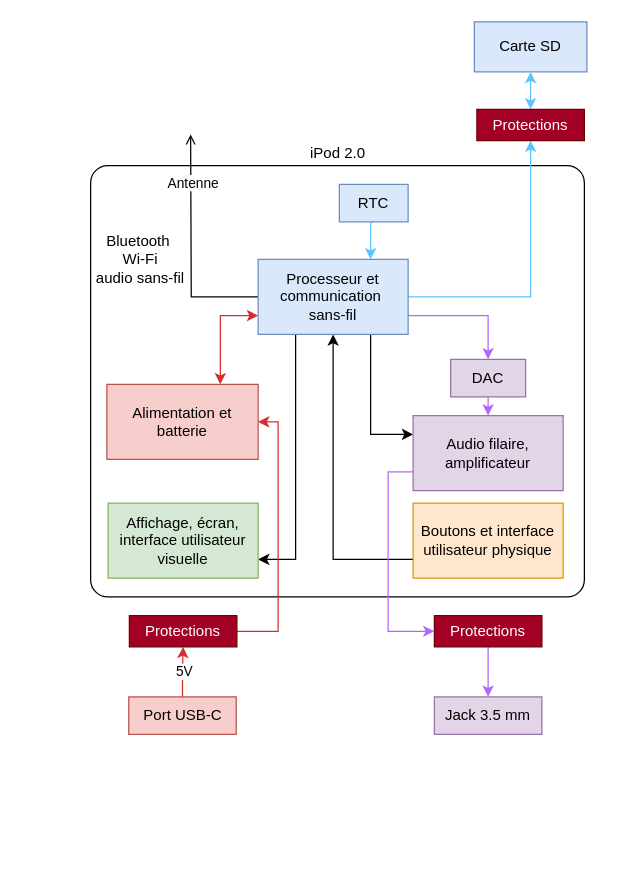
Above: assets/figures/Analyse_Fonctionnelle-Niv2.drawio in dossantosyann/iPod2.0_Latex_Report (draw.io), before the change. Source tidied: cells renumbered, new cells numbered last; positions are measured from the earlier drawing's top-left corner, leaving out a move shared by most shapes. Both pictures are drawn from the tidied source at 125%, with x=0, y=0 at pixel (90, 21).
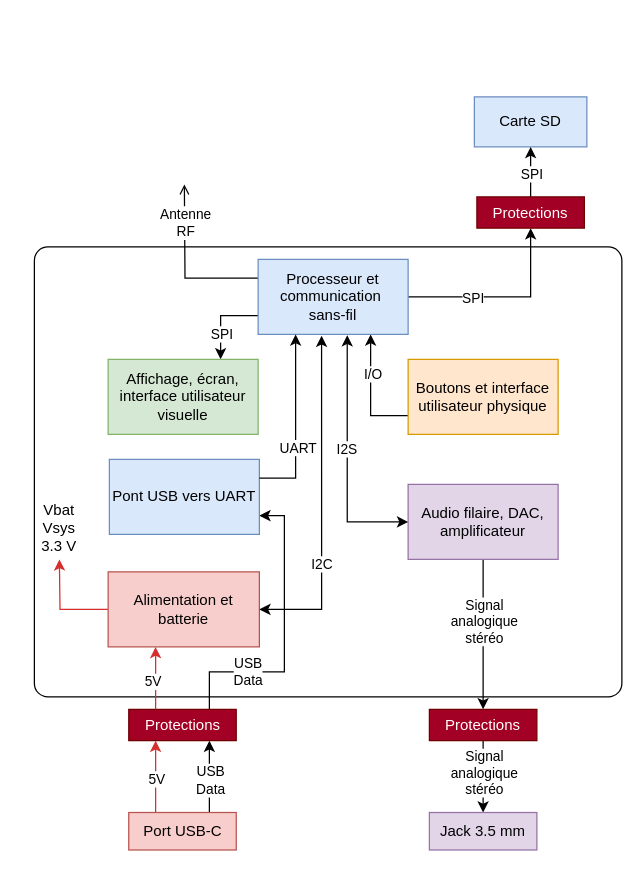
The same page after the edit.

Commit message:
Mettre à jour Analyse_Fonctionnelle-Niv2.drawio

Unchanged cells that the change refers to:
```xml
<mxCell id="15" value="&lt;div&gt;Processeur et communication&amp;nbsp;&lt;/div&gt;&lt;div&gt;sans-fil&lt;/div&gt;" style="rounded=0;whiteSpace=wrap;html=1;fillColor=#dae8fc;strokeColor=#6c8ebf;" parent="1" vertex="1">
  <mxGeometry x="134" y="190" width="120" height="60" as="geometry" />
</mxCell>
```

Diff of the diagram source:
```diff
@@
-    <mxCell id="2" style="rounded=1;whiteSpace=wrap;html=1;arcSize=4;" parent="1" vertex="1">
-      <mxGeometry y="115" width="395" height="345" as="geometry" />
-    </mxCell>
-    <mxCell id="3" style="edgeStyle=orthogonalEdgeStyle;rounded=0;jettySize=auto;html=1;exitX=0.5;exitY=0;exitDx=0;exitDy=0;entryX=0.5;entryY=1;entryDx=0;entryDy=0;strokeColor=#D52E2E;" parent="1" edge="1" source="5" target="27">
-      <mxGeometry relative="1" as="geometry" />
-    </mxCell>
-    <mxCell id="4" value="5V" style="edgeLabel;html=1;align=center;verticalAlign=middle;" parent="3" vertex="1">
-      <mxGeometry x="0.13" y="-3" relative="1" as="geometry">
-        <mxPoint x="-3" y="2" as="offset" />
-      </mxGeometry>
-    </mxCell>
+    <mxCell id="34" style="rounded=1;whiteSpace=wrap;html=1;arcSize=3;" parent="1" vertex="1">
+      <mxGeometry x="-45" y="180" width="470" height="360" as="geometry" />
+    </mxCell>
+    <mxCell id="35" style="edgeStyle=orthogonalEdgeStyle;rounded=0;jettySize=auto;html=1;exitX=0.25;exitY=0;exitDx=0;exitDy=0;entryX=0.25;entryY=1;entryDx=0;entryDy=0;strokeColor=#D52E2E;" parent="1" edge="1" source="5" target="27">
+      <mxGeometry relative="1" as="geometry" />
+    </mxCell>
+    <mxCell id="36" value="5V" style="edgeLabel;html=1;align=center;verticalAlign=middle;" parent="35" vertex="1">
+      <mxGeometry x="-0.07" y="-3" relative="1" as="geometry">
+        <mxPoint x="-3" as="offset" />
+      </mxGeometry>
+    </mxCell>
+    <mxCell id="37" style="edgeStyle=orthogonalEdgeStyle;rounded=0;jettySize=auto;html=1;exitX=0.75;exitY=0;exitDx=0;exitDy=0;entryX=0.75;entryY=1;entryDx=0;entryDy=0;strokeColor=#000000;" parent="1" edge="1" source="5" target="27">
+      <mxGeometry relative="1" as="geometry" />
+    </mxCell>
+    <mxCell id="38" value="&lt;div&gt;USB&lt;/div&gt;&lt;div&gt;Data&lt;/div&gt;" style="edgeLabel;html=1;align=center;verticalAlign=middle;" parent="37" vertex="1">
+      <mxGeometry x="-0.09" relative="1" as="geometry" />
+    </mxCell>
     <mxCell id="5" value="Port USB-C" style="rounded=0;whiteSpace=wrap;html=1;fillColor=#f8cecc;strokeColor=#b85450;" parent="1" vertex="1">
-      <mxGeometry x="30.5" y="540" width="86" height="30" as="geometry" />
+      <mxGeometry x="30.5" y="632.5" width="86" height="30" as="geometry" />
     </mxCell>
-    <mxCell id="6" style="edgeStyle=orthogonalEdgeStyle;rounded=0;jettySize=auto;html=1;exitX=0.75;exitY=0;exitDx=0;exitDy=0;entryX=0;entryY=0.75;entryDx=0;entryDy=0;startArrow=classic;startFill=1;fillColor=#e51400;strokeColor=#D52E2E;" parent="1" edge="1" source="7" target="15">
-      <mxGeometry relative="1" as="geometry" />
-    </mxCell>
+    <mxCell id="39" style="edgeStyle=orthogonalEdgeStyle;rounded=0;jettySize=auto;html=1;exitX=0;exitY=0.5;exitDx=0;exitDy=0;strokeColor=#D52E2E;" parent="1" edge="1" source="7">
+      <mxGeometry relative="1" as="geometry">
+        <mxPoint x="-25" y="430" as="targetPoint" />
+      </mxGeometry>
+    </mxCell>
     <mxCell id="7" value="Alimentation et batterie" style="rounded=0;whiteSpace=wrap;html=1;fillColor=#f8cecc;strokeColor=#b85450;" parent="1" vertex="1">
-      <mxGeometry x="13" y="290" width="121" height="60" as="geometry" />
+      <mxGeometry x="14" y="440" width="121" height="60" as="geometry" />
     </mxCell>
-    <mxCell id="8" style="edgeStyle=orthogonalEdgeStyle;rounded=0;jettySize=auto;html=1;exitX=0;exitY=0.5;exitDx=0;exitDy=0;endArrow=open;endFill=0;" parent="1" edge="1" source="15">
+    <mxCell id="8" style="edgeStyle=orthogonalEdgeStyle;rounded=0;jettySize=auto;html=1;exitX=0;exitY=0.25;exitDx=0;exitDy=0;endArrow=open;endFill=0;" parent="1" edge="1" source="15">
       <mxGeometry relative="1" as="geometry">
-        <mxPoint x="80" y="90" as="targetPoint" />
+        <mxPoint x="75" y="130" as="targetPoint" />
       </mxGeometry>
     </mxCell>
-    <mxCell id="9" value="Antenne" style="edgeLabel;html=1;align=center;verticalAlign=middle;" parent="8" vertex="1">
+    <mxCell id="9" value="&lt;div&gt;Antenne&lt;/div&gt;RF" style="edgeLabel;html=1;align=center;verticalAlign=middle;" parent="8" vertex="1">
       <mxGeometry x="0.32" y="1" relative="1" as="geometry">
-        <mxPoint x="2" y="-24" as="offset" />
+        <mxPoint x="1" y="-15" as="offset" />
       </mxGeometry>
     </mxCell>
-    <mxCell id="10" style="edgeStyle=orthogonalEdgeStyle;rounded=0;jettySize=auto;html=1;exitX=1;exitY=0.75;exitDx=0;exitDy=0;entryX=0.5;entryY=0;entryDx=0;entryDy=0;fillColor=#d80073;strokeColor=#B266FF;" parent="1" edge="1" source="15" target="23">
-      <mxGeometry relative="1" as="geometry" />
-    </mxCell>
-    <mxCell id="11" style="edgeStyle=orthogonalEdgeStyle;rounded=0;jettySize=auto;html=1;exitX=0.75;exitY=1;exitDx=0;exitDy=0;entryX=0;entryY=0.25;entryDx=0;entryDy=0;" parent="1" edge="1" source="15" target="20">
-      <mxGeometry relative="1" as="geometry" />
-    </mxCell>
-    <mxCell id="12" style="edgeStyle=orthogonalEdgeStyle;rounded=0;jettySize=auto;html=1;exitX=0.5;exitY=1;exitDx=0;exitDy=0;entryX=0;entryY=0.75;entryDx=0;entryDy=0;startArrow=classic;startFill=1;endArrow=none;endFill=0;" parent="1" edge="1" source="15" target="17">
+    <mxCell id="12" style="edgeStyle=orthogonalEdgeStyle;rounded=0;jettySize=auto;html=1;exitX=0.75;exitY=1;exitDx=0;exitDy=0;entryX=0;entryY=0.75;entryDx=0;entryDy=0;startArrow=classic;startFill=1;endArrow=none;endFill=0;" parent="1" edge="1" source="15" target="17">
       <mxGeometry relative="1" as="geometry" />
     </mxCell>
+    <mxCell id="40" value="I/O" style="edgeLabel;html=1;align=center;verticalAlign=middle;" parent="12" vertex="1">
+      <mxGeometry x="-0.35" y="1" relative="1" as="geometry" />
+    </mxCell>
+    <mxCell id="14" style="edgeStyle=orthogonalEdgeStyle;rounded=0;jettySize=auto;html=1;exitX=1;exitY=0.5;exitDx=0;exitDy=0;entryX=0.5;entryY=1;entryDx=0;entryDy=0;strokeColor=#000000;" parent="1" edge="1" source="15" target="29">
+      <mxGeometry relative="1" as="geometry" />
+    </mxCell>
+    <mxCell id="41" value="SPI" style="edgeLabel;html=1;align=center;verticalAlign=middle;" parent="14" vertex="1">
+      <mxGeometry x="0.32" y="2" relative="1" as="geometry">
+        <mxPoint x="-45" y="3" as="offset" />
+      </mxGeometry>
+    </mxCell>
-    <mxCell id="13" style="edgeStyle=orthogonalEdgeStyle;rounded=0;jettySize=auto;html=1;exitX=0.25;exitY=1;exitDx=0;exitDy=0;entryX=1;entryY=0.75;entryDx=0;entryDy=0;" parent="1" edge="1" source="15" target="16">
+    <mxCell id="13" style="edgeStyle=orthogonalEdgeStyle;rounded=0;jettySize=auto;html=1;exitX=0;exitY=0.75;exitDx=0;exitDy=0;entryX=0.75;entryY=0;entryDx=0;entryDy=0;" parent="1" edge="1" source="15" target="16">
       <mxGeometry relative="1" as="geometry" />
     </mxCell>
-    <mxCell id="14" style="edgeStyle=orthogonalEdgeStyle;rounded=0;jettySize=auto;html=1;exitX=1;exitY=0.5;exitDx=0;exitDy=0;entryX=0.5;entryY=1;entryDx=0;entryDy=0;strokeColor=#5DC3FF;" parent="1" edge="1" source="15" target="29">
-      <mxGeometry relative="1" as="geometry" />
-    </mxCell>
+    <mxCell id="42" value="SPI" style="edgeLabel;html=1;align=center;verticalAlign=middle;" parent="13" vertex="1">
+      <mxGeometry x="0.34" relative="1" as="geometry" />
+    </mxCell>
@@
     <mxCell id="16" value="Affichage, écran, interface utilisateur visuelle" style="rounded=0;whiteSpace=wrap;html=1;fillColor=#d5e8d4;strokeColor=#82b366;" parent="1" vertex="1">
-      <mxGeometry x="14" y="385" width="120" height="60" as="geometry" />
+      <mxGeometry x="14" y="270" width="120" height="60" as="geometry" />
     </mxCell>
     <mxCell id="17" value="Boutons et interface utilisateur physique" style="rounded=0;whiteSpace=wrap;html=1;fillColor=#ffe6cc;strokeColor=#d79b00;" parent="1" vertex="1">
-      <mxGeometry x="258" y="385" width="120" height="60" as="geometry" />
+      <mxGeometry x="254" y="270" width="120" height="60" as="geometry" />
     </mxCell>
-    <mxCell id="18" value="&lt;div&gt;Bluetooth&amp;nbsp;&lt;/div&gt;&lt;div&gt;Wi-Fi&lt;/div&gt;&lt;div&gt;audio sans-fil&lt;/div&gt;" style="text;html=1;whiteSpace=wrap;strokeColor=none;fillColor=none;align=center;verticalAlign=middle;rounded=0;" parent="1" vertex="1">
-      <mxGeometry y="175" width="80" height="30" as="geometry" />
-    </mxCell>
-    <mxCell id="19" style="edgeStyle=orthogonalEdgeStyle;rounded=0;jettySize=auto;html=1;exitX=0;exitY=0.75;exitDx=0;exitDy=0;entryX=0;entryY=0.5;entryDx=0;entryDy=0;strokeColor=#B266FF;" parent="1" edge="1" source="20" target="31">
+    <mxCell id="19" style="edgeStyle=orthogonalEdgeStyle;rounded=0;jettySize=auto;html=1;exitX=0.5;exitY=1;exitDx=0;exitDy=0;entryX=0.5;entryY=0;entryDx=0;entryDy=0;" parent="1" edge="1" source="20" target="31">
       <mxGeometry relative="1" as="geometry" />
     </mxCell>
+    <mxCell id="43" value="&lt;div&gt;Signal&lt;/div&gt;&lt;div&gt;analogique&lt;/div&gt;&lt;div&gt;stéréo&lt;/div&gt;" style="edgeLabel;html=1;align=center;verticalAlign=middle;" parent="19" vertex="1">
+      <mxGeometry x="-0.06" relative="1" as="geometry">
+        <mxPoint y="-7" as="offset" />
+      </mxGeometry>
+    </mxCell>
-    <mxCell id="20" value="Audio filaire, amplificateur" style="rounded=0;whiteSpace=wrap;html=1;fillColor=#e1d5e7;strokeColor=#9673a6;" parent="1" vertex="1">
-      <mxGeometry x="258" y="315" width="120" height="60" as="geometry" />
+    <mxCell id="20" value="Audio filaire, DAC, amplificateur" style="rounded=0;whiteSpace=wrap;html=1;fillColor=#e1d5e7;strokeColor=#9673a6;" parent="1" vertex="1">
+      <mxGeometry x="254" y="370" width="120" height="60" as="geometry" />
     </mxCell>
     <mxCell id="21" value="Carte SD" style="rounded=0;whiteSpace=wrap;html=1;fillColor=#dae8fc;strokeColor=#6c8ebf;" parent="1" vertex="1">
-      <mxGeometry x="307" width="90" height="40" as="geometry" />
+      <mxGeometry x="307" y="60" width="90" height="40" as="geometry" />
     </mxCell>
-    <mxCell id="22" style="edgeStyle=orthogonalEdgeStyle;rounded=0;jettySize=auto;html=1;exitX=0.5;exitY=1;exitDx=0;exitDy=0;entryX=0.5;entryY=0;entryDx=0;entryDy=0;strokeColor=#B266FF;" parent="1" edge="1" source="23" target="20">
-      <mxGeometry relative="1" as="geometry" />
-    </mxCell>
-    <mxCell id="23" value="DAC" style="rounded=0;whiteSpace=wrap;html=1;fillColor=#e1d5e7;strokeColor=#9673a6;" parent="1" vertex="1">
-      <mxGeometry x="288" y="270" width="60" height="30" as="geometry" />
-    </mxCell>
-    <mxCell id="24" style="edgeStyle=orthogonalEdgeStyle;rounded=0;jettySize=auto;html=1;exitX=0.5;exitY=1;exitDx=0;exitDy=0;entryX=0.75;entryY=0;entryDx=0;entryDy=0;strokeColor=#5DC3FF;" parent="1" edge="1" source="25" target="15">
-      <mxGeometry relative="1" as="geometry" />
-    </mxCell>
-    <mxCell id="25" value="RTC" style="rounded=0;whiteSpace=wrap;html=1;fillColor=#dae8fc;strokeColor=#6c8ebf;" parent="1" vertex="1">
-      <mxGeometry x="199" y="130" width="55" height="30" as="geometry" />
-    </mxCell>
-    <mxCell id="26" style="edgeStyle=orthogonalEdgeStyle;rounded=0;jettySize=auto;html=1;exitX=1;exitY=0.5;exitDx=0;exitDy=0;entryX=1;entryY=0.5;entryDx=0;entryDy=0;strokeColor=#D52E2E;" parent="1" edge="1" source="27" target="7">
-      <mxGeometry relative="1" as="geometry">
-        <Array as="points">
-          <mxPoint x="150" y="488" />
-          <mxPoint x="150" y="320" />
-        </Array>
-      </mxGeometry>
-    </mxCell>
+    <mxCell id="44" style="edgeStyle=orthogonalEdgeStyle;rounded=0;jettySize=auto;html=1;exitX=0.75;exitY=0;exitDx=0;exitDy=0;entryX=1;entryY=0.75;entryDx=0;entryDy=0;strokeColor=#000000;" parent="1" edge="1" source="27" target="48">
+      <mxGeometry relative="1" as="geometry">
+        <Array as="points">
+          <mxPoint x="95" y="520" />
+          <mxPoint x="155" y="520" />
+          <mxPoint x="155" y="395" />
+        </Array>
+      </mxGeometry>
+    </mxCell>
+    <mxCell id="45" value="&lt;div&gt;USB&lt;/div&gt;&lt;div&gt;Data&lt;/div&gt;" style="edgeLabel;html=1;align=center;verticalAlign=middle;" parent="44" vertex="1">
+      <mxGeometry x="-0.04" y="-1" relative="1" as="geometry">
+        <mxPoint x="-31" y="22" as="offset" />
+      </mxGeometry>
+    </mxCell>
     <mxCell id="27" value="Protections" style="rounded=0;whiteSpace=wrap;html=1;fillColor=#a20025;fontColor=#ffffff;strokeColor=#6F0000;" parent="1" vertex="1">
-      <mxGeometry x="31" y="475" width="86" height="25" as="geometry" />
+      <mxGeometry x="30.5" y="550" width="86" height="25" as="geometry" />
     </mxCell>
-    <mxCell id="28" style="edgeStyle=orthogonalEdgeStyle;rounded=0;jettySize=auto;html=1;fillColor=#1ba1e2;strokeColor=light-dark(#5DC3FF,#60C9E9);startArrow=classic;startFill=1;" parent="1" edge="1" source="29" target="21">
+    <mxCell id="28" style="edgeStyle=orthogonalEdgeStyle;rounded=0;jettySize=auto;html=1;" parent="1" edge="1" source="29" target="21">
       <mxGeometry relative="1" as="geometry" />
     </mxCell>
+    <mxCell id="46" value="SPI" style="edgeLabel;html=1;align=center;verticalAlign=middle;" parent="28" vertex="1">
+      <mxGeometry x="0.42" y="1" relative="1" as="geometry">
+        <mxPoint x="1" y="9" as="offset" />
+      </mxGeometry>
+    </mxCell>
     <mxCell id="29" value="Protections" style="rounded=0;whiteSpace=wrap;html=1;fillColor=#a20025;fontColor=#ffffff;strokeColor=#6F0000;" parent="1" vertex="1">
-      <mxGeometry x="309" y="70" width="86" height="25" as="geometry" />
+      <mxGeometry x="309" y="140" width="86" height="25" as="geometry" />
     </mxCell>
-    <mxCell id="30" style="edgeStyle=orthogonalEdgeStyle;rounded=0;jettySize=auto;html=1;fillColor=#d80073;strokeColor=#B266FF;" parent="1" edge="1" source="31" target="32">
-      <mxGeometry relative="1" as="geometry" />
+    <mxCell id="30" style="edgeStyle=orthogonalEdgeStyle;rounded=0;jettySize=auto;html=1;fillColor=#d80073;strokeColor=#000000;" parent="1" edge="1" source="31" target="32">
+      <mxGeometry relative="1" as="geometry">
+        <Array as="points">
+          <mxPoint x="314" y="582.5" />
+          <mxPoint x="314" y="582.5" />
+        </Array>
+      </mxGeometry>
     </mxCell>
+    <mxCell id="47" value="&lt;div&gt;Signal&lt;/div&gt;&lt;div&gt;analogique&lt;/div&gt;&lt;div&gt;stéréo&lt;/div&gt;" style="edgeLabel;html=1;align=center;verticalAlign=middle;" parent="30" vertex="1">
+      <mxGeometry x="-0.14" relative="1" as="geometry" />
+    </mxCell>
     <mxCell id="31" value="Protections" style="rounded=0;whiteSpace=wrap;html=1;fillColor=#a20025;fontColor=#ffffff;strokeColor=#6F0000;rotation=0;" parent="1" vertex="1">
-      <mxGeometry x="275" y="475" width="86" height="25" as="geometry" />
+      <mxGeometry x="271" y="550" width="86" height="25" as="geometry" />
     </mxCell>
     <mxCell id="32" value="Jack 3.5 mm" style="rounded=0;whiteSpace=wrap;html=1;fillColor=#e1d5e7;strokeColor=#9673a6;" parent="1" vertex="1">
-      <mxGeometry x="275" y="540" width="86" height="30" as="geometry" />
+      <mxGeometry x="271" y="632.5" width="86" height="30" as="geometry" />
     </mxCell>
-    <mxCell id="33" value="iPod 2.0" style="text;html=1;whiteSpace=wrap;strokeColor=none;fillColor=none;align=center;verticalAlign=middle;rounded=0;" parent="1" vertex="1">
-      <mxGeometry x="167.5" y="90" width="60" height="30" as="geometry" />
-    </mxCell>
+    <mxCell id="48" value="&lt;div&gt;Pont USB vers UART&lt;/div&gt;" style="rounded=0;whiteSpace=wrap;html=1;fillColor=#dae8fc;strokeColor=#6c8ebf;" parent="1" vertex="1">
+      <mxGeometry x="15" y="350" width="120" height="60" as="geometry" />
+    </mxCell>
+    <mxCell id="26" style="edgeStyle=orthogonalEdgeStyle;rounded=0;jettySize=auto;html=1;exitX=0.25;exitY=0;exitDx=0;exitDy=0;entryX=0.314;entryY=1.002;entryDx=0;entryDy=0;entryPerimeter=0;strokeColor=#D52E2E;" parent="1" edge="1" source="27" target="7">
+      <mxGeometry relative="1" as="geometry" />
+    </mxCell>
+    <mxCell id="49" value="5V" style="edgeLabel;html=1;align=center;verticalAlign=middle;" parent="26" vertex="1">
+      <mxGeometry x="-0.07" y="2" relative="1" as="geometry" />
+    </mxCell>
+    <mxCell id="50" style="edgeStyle=orthogonalEdgeStyle;rounded=0;jettySize=auto;html=1;exitX=1;exitY=0.25;exitDx=0;exitDy=0;entryX=0.25;entryY=1;entryDx=0;entryDy=0;fillColor=#dae8fc;strokeColor=#000000;" parent="1" edge="1" source="48" target="15">
+      <mxGeometry relative="1" as="geometry" />
+    </mxCell>
+    <mxCell id="51" value="UART" style="edgeLabel;html=1;align=center;verticalAlign=middle;" parent="50" vertex="1">
+      <mxGeometry x="-0.31" relative="1" as="geometry">
+        <mxPoint x="1" y="-4" as="offset" />
+      </mxGeometry>
+    </mxCell>
+    <mxCell id="52" style="edgeStyle=orthogonalEdgeStyle;rounded=0;jettySize=auto;html=1;exitX=0;exitY=0.5;exitDx=0;exitDy=0;entryX=0.594;entryY=1.01;entryDx=0;entryDy=0;entryPerimeter=0;startArrow=classic;startFill=1;strokeColor=#000000;" parent="1" edge="1" source="20" target="15">
+      <mxGeometry relative="1" as="geometry" />
+    </mxCell>
+    <mxCell id="53" value="I2S" style="edgeLabel;html=1;align=center;verticalAlign=middle;" parent="52" vertex="1">
+      <mxGeometry x="0.02" y="1" relative="1" as="geometry">
+        <mxPoint y="-6" as="offset" />
+      </mxGeometry>
+    </mxCell>
+    <mxCell id="6" style="edgeStyle=orthogonalEdgeStyle;rounded=0;jettySize=auto;html=1;exitX=1;exitY=0.5;exitDx=0;exitDy=0;entryX=0.423;entryY=1.018;entryDx=0;entryDy=0;entryPerimeter=0;strokeColor=#000000;startArrow=classic;startFill=1;" parent="1" edge="1" source="7" target="15">
+      <mxGeometry relative="1" as="geometry" />
+    </mxCell>
+    <mxCell id="54" value="I2C" style="edgeLabel;html=1;align=center;verticalAlign=middle;" parent="6" vertex="1">
+      <mxGeometry x="-0.36" y="-2" relative="1" as="geometry">
+        <mxPoint x="-2" as="offset" />
+      </mxGeometry>
+    </mxCell>
+    <mxCell id="55" value="&lt;div&gt;Vbat&lt;/div&gt;&lt;div&gt;Vsys&lt;/div&gt;&lt;div&gt;3.3 V&lt;/div&gt;" style="text;html=1;whiteSpace=wrap;strokeColor=none;fillColor=none;align=center;verticalAlign=middle;rounded=0;" parent="1" vertex="1">
+      <mxGeometry x="-55" y="390" width="60" height="30" as="geometry" />
+    </mxCell>
```
